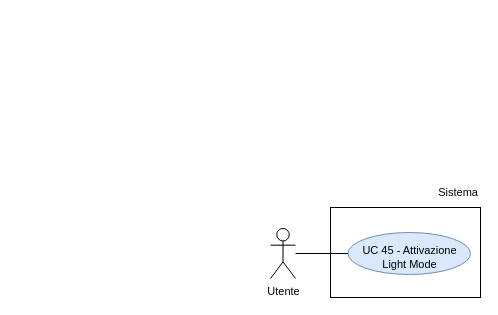
This is RTB/doc_esterna/analisi-dei-requisiti/assets/draw.io/UC45.drawio from thebitless-group-swe/thebitless.github.io, a draw.io file, before an edit. Source tidied: cells renumbered, new cells numbered last; positions are measured from the earlier drawing's top-left corner, leaving out a move shared by most shapes. Both pictures are drawn from the tidied source at 100%, with x=0, y=0 at pixel (270, 177).
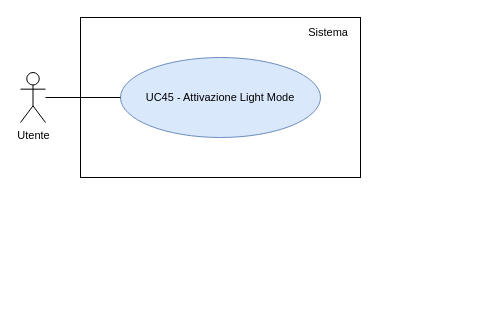
After the change.

The edit, as a diff of the source:
```diff
@@
 <mxGraphModel>
   <root>
     <mxCell id="0" />
     <mxCell id="1" parent="0" />
     <mxCell id="2" value="Utente" style="shape=umlActor;verticalLabelPosition=bottom;verticalAlign=top;html=1;outlineConnect=0;fontSize=11;" parent="1" vertex="1">
-      <mxGeometry y="51" width="25" height="50" as="geometry" />
+      <mxGeometry x="-250" y="-105" width="25" height="50" as="geometry" />
     </mxCell>
-    <mxCell id="3" style="rounded=0;whiteSpace=wrap;html=1;strokeWidth=1;" parent="1" vertex="1">
-      <mxGeometry x="60" y="30" width="150" height="90" as="geometry" />
-    </mxCell>
+    <mxCell id="8" style="rounded=0;whiteSpace=wrap;html=1;strokeWidth=1;" parent="1" vertex="1">
+      <mxGeometry x="-190" y="-160" width="280" height="160" as="geometry" />
+    </mxCell>
     <mxCell id="4" value="Sistema" style="text;html=1;whiteSpace=wrap;strokeColor=none;fillColor=none;align=right;verticalAlign=middle;fontSize=11;" parent="1" vertex="1">
-      <mxGeometry x="150" width="60" height="30" as="geometry" />
+      <mxGeometry x="10" y="-155" width="70" height="20" as="geometry" />
     </mxCell>
-    <mxCell id="5" value="UC 45 - Attivazione Light Mode" style="ellipse;whiteSpace=wrap;html=1;fillColor=#dae8fc;strokeColor=#6c8ebf;fontSize=11;spacingBottom=-7;" parent="1" vertex="1">
-      <mxGeometry x="77.5" y="55" width="122.5" height="42" as="geometry" />
-    </mxCell>
-    <mxCell id="6" style="edgeStyle=none;rounded=0;jettySize=auto;html=1;endArrow=none;endFill=0;" parent="1" edge="1" source="2" target="5">
-      <mxGeometry relative="1" as="geometry" />
-    </mxCell>
-    <mxCell id="7" style="edgeStyle=orthogonalEdgeStyle;rounded=0;orthogonalLoop=1;jettySize=auto;html=1;exitX=0.5;exitY=1;exitDx=0;exitDy=0;" parent="1" edge="1" source="4" target="4">
-      <mxGeometry relative="1" as="geometry" />
-    </mxCell>
+    <mxCell id="9" value="UC45 - Attivazione Light Mode" style="ellipse;whiteSpace=wrap;html=1;fillColor=#dae8fc;strokeColor=#6c8ebf;fontSize=11;" parent="1" vertex="1">
+      <mxGeometry x="-150" y="-120" width="200" height="80" as="geometry" />
+    </mxCell>
+    <mxCell id="10" style="edgeStyle=none;rounded=0;jettySize=auto;html=1;endArrow=none;endFill=0;" parent="1" edge="1" source="2" target="9">
+      <mxGeometry relative="1" as="geometry" />
+    </mxCell>
   </root>
 </mxGraphModel>
```
